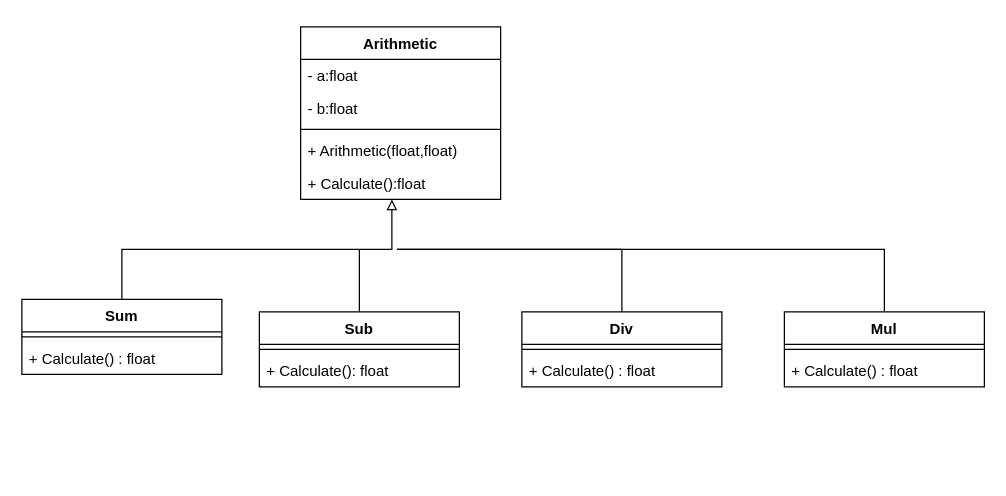
Above: schema/arithmetic.drawio in deeperj/rust (draw.io), before the change. Source tidied: cells renumbered, new cells numbered last; positions are measured from the earlier drawing's top-left corner, leaving out a move shared by most shapes. Both pictures are drawn from the tidied source at 125%, with x=0, y=0 at pixel (21, 26).
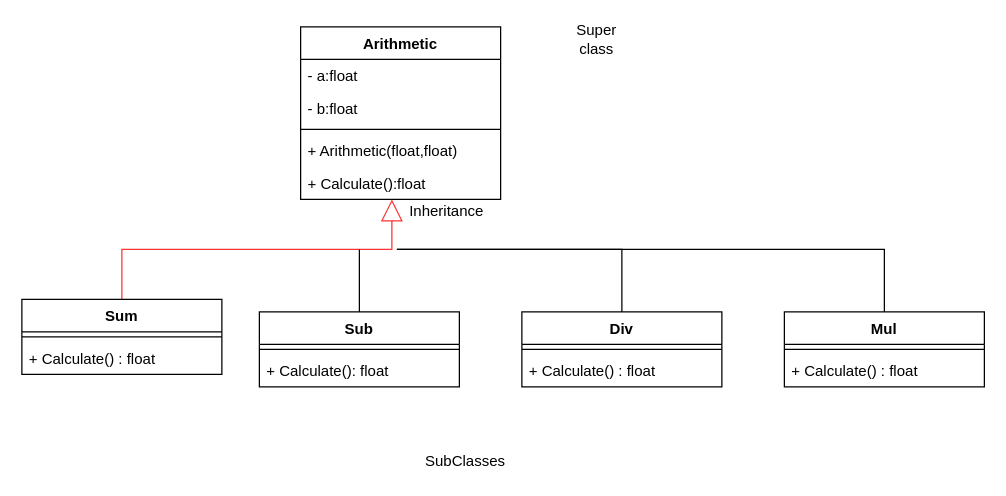
The same page after the edit.

The change refers to these unchanged cells:
```xml
<mxCell id="12" value="Sum" style="swimlane;fontStyle=1;align=center;verticalAlign=top;horizontal=1;startSize=26;" parent="1" vertex="1">
  <mxGeometry y="218" width="160" height="60" as="geometry" />
</mxCell>
```

Diff of the diagram source:
```diff
@@
-    <mxCell id="8" style="edgeStyle=orthogonalEdgeStyle;rounded=0;jettySize=auto;html=1;exitX=0.5;exitY=0;exitDx=0;exitDy=0;endArrow=block;endFill=0;" parent="1" edge="1" source="12">
+    <mxCell id="8" style="edgeStyle=orthogonalEdgeStyle;rounded=0;jettySize=auto;html=1;exitX=0.5;exitY=0;exitDx=0;exitDy=0;endArrow=block;endFill=0;endSize=15;strokeColor=#FF3333;" parent="1" edge="1" source="12">
       <mxGeometry relative="1" as="geometry">
         <mxPoint x="296" y="138" as="targetPoint" />
         <Array as="points">
           <mxPoint x="80" y="178" />
           <mxPoint x="296" y="178" />
         </Array>
       </mxGeometry>
     </mxCell>
@@
+    <mxCell id="24" value="SubClasses" style="text;html=1;strokeColor=none;fillColor=none;align=center;verticalAlign=middle;whiteSpace=wrap;rounded=0;" parent="1" vertex="1">
+      <mxGeometry x="335" y="338" width="40" height="20" as="geometry" />
+    </mxCell>
+    <mxCell id="25" value="Inheritance" style="text;html=1;strokeColor=none;fillColor=none;align=center;verticalAlign=middle;whiteSpace=wrap;rounded=0;" parent="1" vertex="1">
+      <mxGeometry x="320" y="138" width="40" height="20" as="geometry" />
+    </mxCell>
+    <mxCell id="26" value="Super class" style="text;html=1;strokeColor=none;fillColor=none;align=center;verticalAlign=middle;whiteSpace=wrap;rounded=0;" parent="1" vertex="1">
+      <mxGeometry x="440" width="40" height="20" as="geometry" />
+    </mxCell>
```
